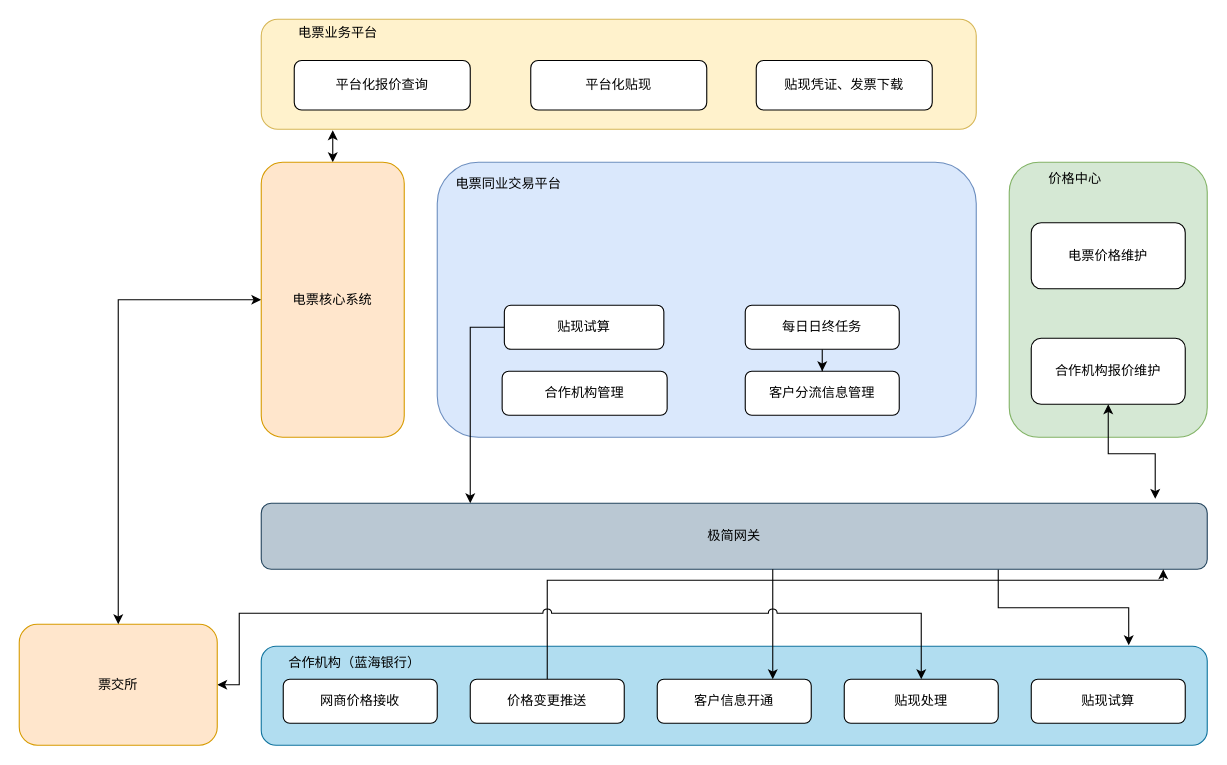
Earlier version of the draw.io diagram 电票平台化.drawio (windlively/draw.io). Source tidied: cells renumbered, new cells numbered last; positions are measured from the earlier drawing's top-left corner, leaving out a move shared by most shapes. Both pictures are drawn from the tidied source at 110%, with x=0, y=0 at pixel (19, 19).
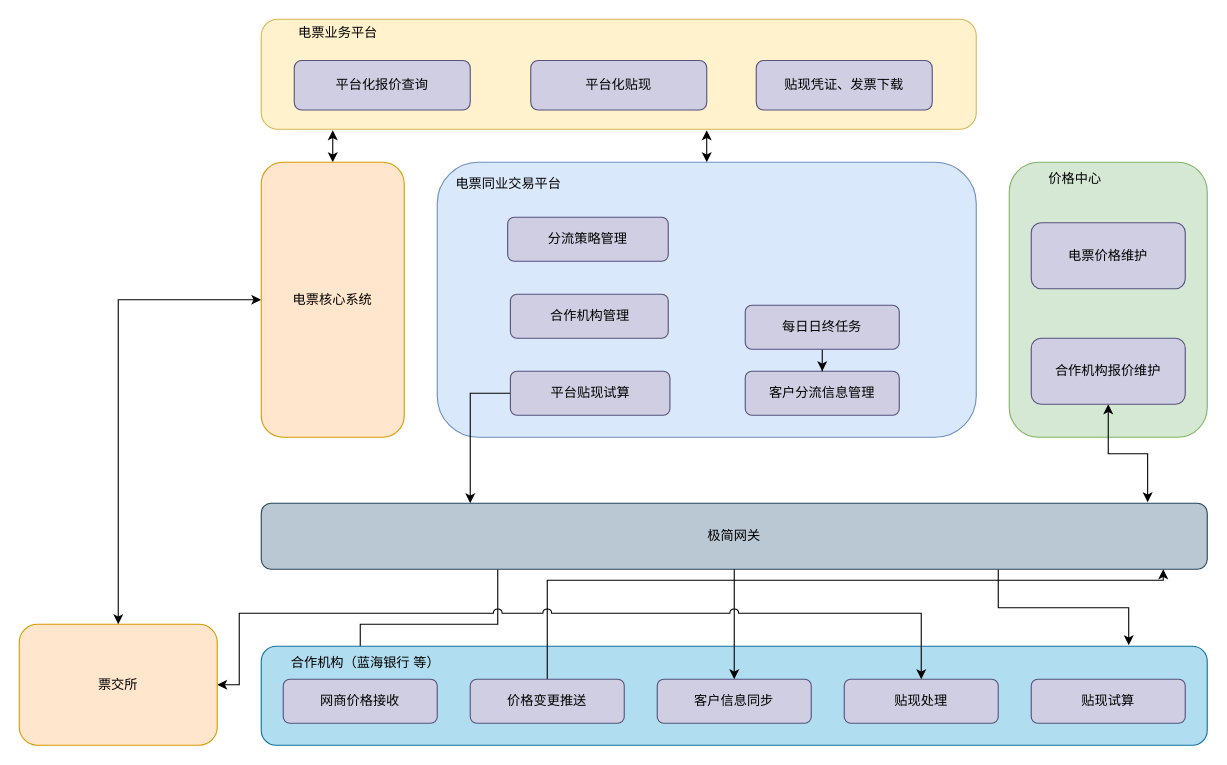
The same diagram, later.

Commit message:
更新电票平台化.drawio

Unchanged cells that the change refers to:
```xml
<mxCell id="2" style="rounded=1;whiteSpace=wrap;html=1;fillColor=#fff2cc;strokeColor=#d6b656;" parent="1" vertex="1">
  <mxGeometry x="220" width="650" height="100" as="geometry" />
</mxCell>
<mxCell id="6" style="rounded=1;whiteSpace=wrap;html=1;fillColor=#dae8fc;strokeColor=#6c8ebf;" parent="1" vertex="1">
  <mxGeometry x="380" y="130" width="490" height="250" as="geometry" />
</mxCell>
<mxCell id="15" value="极简网关" style="rounded=1;whiteSpace=wrap;html=1;fillColor=#bac8d3;strokeColor=#23445d;" parent="1" vertex="1">
  <mxGeometry x="220" y="440" width="860" height="60" as="geometry" />
</mxCell>
```

The edit, as a diff of the source:
```diff
@@
+    <mxCell id="36" style="edgeStyle=orthogonalEdgeStyle;rounded=0;jumpStyle=arc;jumpSize=8;jettySize=auto;html=1;startArrow=classic;startFill=1;endArrow=classic;endFill=1;strokeColor=#000000;entryX=0.5;entryY=0;entryDx=0;entryDy=0;exitX=0.623;exitY=1.01;exitDx=0;exitDy=0;exitPerimeter=0;" parent="1" edge="1" source="2" target="6">
+      <mxGeometry relative="1" as="geometry" />
+    </mxCell>
@@
-    <mxCell id="4" value="平台化报价查询" style="rounded=1;whiteSpace=wrap;html=1;" parent="1" vertex="1">
+    <mxCell id="4" value="平台化报价查询" style="rounded=1;whiteSpace=wrap;html=1;fillColor=#d0cee2;strokeColor=#56517e;" parent="1" vertex="1">
       <mxGeometry x="250" y="37.5" width="160" height="45" as="geometry" />
     </mxCell>
-    <mxCell id="5" value="平台化贴现" style="rounded=1;whiteSpace=wrap;html=1;" parent="1" vertex="1">
+    <mxCell id="5" value="平台化贴现" style="rounded=1;whiteSpace=wrap;html=1;fillColor=#d0cee2;strokeColor=#56517e;" parent="1" vertex="1">
       <mxGeometry x="465" y="37.5" width="160" height="45" as="geometry" />
     </mxCell>
@@
-    <mxCell id="8" value="合作机构管理" style="rounded=1;whiteSpace=wrap;html=1;" parent="1" vertex="1">
-      <mxGeometry x="439" y="320" width="150" height="40" as="geometry" />
+    <mxCell id="8" value="合作机构管理" style="rounded=1;whiteSpace=wrap;html=1;fillColor=#d0cee2;strokeColor=#56517e;" parent="1" vertex="1">
+      <mxGeometry x="446.5" y="250" width="143.5" height="40" as="geometry" />
     </mxCell>
-    <mxCell id="9" value="客户分流信息管理" style="rounded=1;whiteSpace=wrap;html=1;" parent="1" vertex="1">
+    <mxCell id="9" value="客户分流信息管理" style="rounded=1;whiteSpace=wrap;html=1;fillColor=#d0cee2;strokeColor=#56517e;" parent="1" vertex="1">
       <mxGeometry x="660" y="320" width="140" height="40" as="geometry" />
     </mxCell>
-    <mxCell id="10" value="贴现凭证、发票下载" style="rounded=1;whiteSpace=wrap;html=1;" parent="1" vertex="1">
+    <mxCell id="10" value="贴现凭证、发票下载" style="rounded=1;whiteSpace=wrap;html=1;fillColor=#d0cee2;strokeColor=#56517e;" parent="1" vertex="1">
       <mxGeometry x="670" y="37.5" width="160" height="45" as="geometry" />
     </mxCell>
@@
-    <mxCell id="12" value="每日日终任务" style="rounded=1;whiteSpace=wrap;html=1;" parent="1" vertex="1">
+    <mxCell id="12" value="每日日终任务" style="rounded=1;whiteSpace=wrap;html=1;fillColor=#d0cee2;strokeColor=#56517e;" parent="1" vertex="1">
       <mxGeometry x="660" y="260" width="140" height="40" as="geometry" />
     </mxCell>
-    <mxCell id="13" style="edgeStyle=orthogonalEdgeStyle;rounded=0;jettySize=auto;html=1;exitX=0.945;exitY=-0.067;exitDx=0;exitDy=0;entryX=0.5;entryY=1;entryDx=0;entryDy=0;exitPerimeter=0;startArrow=classic;startFill=1;" parent="1" edge="1" source="15" target="21">
+    <mxCell id="13" style="edgeStyle=orthogonalEdgeStyle;rounded=0;jettySize=auto;html=1;exitX=0.937;exitY=-0.017;exitDx=0;exitDy=0;entryX=0.5;entryY=1;entryDx=0;entryDy=0;exitPerimeter=0;startArrow=classic;startFill=1;" parent="1" edge="1" source="15" target="21">
       <mxGeometry relative="1" as="geometry" />
     </mxCell>
@@
+    <mxCell id="37" style="edgeStyle=orthogonalEdgeStyle;rounded=0;jumpStyle=arc;jumpSize=8;jettySize=auto;html=1;startArrow=none;startFill=0;endArrow=classic;endFill=1;strokeColor=#000000;exitX=0.25;exitY=1;exitDx=0;exitDy=0;" parent="1" edge="1" source="15" target="23">
+      <mxGeometry relative="1" as="geometry" />
+    </mxCell>
@@
     <mxCell id="18" style="edgeStyle=orthogonalEdgeStyle;rounded=0;jumpStyle=arc;jumpSize=8;jettySize=auto;html=1;startArrow=none;startFill=0;endArrow=classic;endFill=1;strokeColor=#000000;exitX=0;exitY=0.5;exitDx=0;exitDy=0;" parent="1" edge="1" source="19">
       <mxGeometry relative="1" as="geometry">
         <mxPoint x="410" y="440" as="targetPoint" />
         <Array as="points">
-          <mxPoint x="410" y="280" />
+          <mxPoint x="410" y="340" />
         </Array>
       </mxGeometry>
     </mxCell>
-    <mxCell id="19" value="贴现试算" style="rounded=1;whiteSpace=wrap;html=1;" parent="1" vertex="1">
-      <mxGeometry x="441" y="260" width="145" height="40" as="geometry" />
+    <mxCell id="19" value="平台贴现试算" style="rounded=1;whiteSpace=wrap;html=1;fillColor=#d0cee2;strokeColor=#56517e;" parent="1" vertex="1">
+      <mxGeometry x="446.5" y="320" width="145" height="40" as="geometry" />
     </mxCell>
-    <mxCell id="20" value="电票价格维护" style="rounded=1;whiteSpace=wrap;html=1;" parent="1" vertex="1">
+    <mxCell id="20" value="电票价格维护" style="rounded=1;whiteSpace=wrap;html=1;fillColor=#d0cee2;strokeColor=#56517e;" parent="1" vertex="1">
       <mxGeometry x="920" y="185" width="140" height="60" as="geometry" />
     </mxCell>
-    <mxCell id="21" value="合作机构报价维护" style="rounded=1;whiteSpace=wrap;html=1;" parent="1" vertex="1">
+    <mxCell id="21" value="合作机构报价维护" style="rounded=1;whiteSpace=wrap;html=1;fillColor=#d0cee2;strokeColor=#56517e;" parent="1" vertex="1">
       <mxGeometry x="920" y="290" width="140" height="60" as="geometry" />
     </mxCell>
-    <mxCell id="22" value="合作机构（蓝海银行）" style="text;html=1;strokeColor=none;fillColor=none;align=center;verticalAlign=middle;whiteSpace=wrap;rounded=0;" parent="1" vertex="1">
-      <mxGeometry x="240" y="580" width="130" height="10" as="geometry" />
+    <mxCell id="22" value="合作机构（蓝海银行 等）" style="text;html=1;strokeColor=none;fillColor=none;align=center;verticalAlign=middle;whiteSpace=wrap;rounded=0;" parent="1" vertex="1">
+      <mxGeometry x="240" y="580" width="150" height="10" as="geometry" />
     </mxCell>
-    <mxCell id="23" value="网商价格接收" style="rounded=1;whiteSpace=wrap;html=1;" parent="1" vertex="1">
+    <mxCell id="23" value="网商价格接收" style="rounded=1;whiteSpace=wrap;html=1;fillColor=#d0cee2;strokeColor=#56517e;" parent="1" vertex="1">
       <mxGeometry x="240" y="600" width="140" height="40" as="geometry" />
     </mxCell>
@@
-    <mxCell id="25" value="价格变更推送" style="rounded=1;whiteSpace=wrap;html=1;" parent="1" vertex="1">
+    <mxCell id="25" value="价格变更推送" style="rounded=1;whiteSpace=wrap;html=1;fillColor=#d0cee2;strokeColor=#56517e;" parent="1" vertex="1">
       <mxGeometry x="410" y="600" width="140" height="40" as="geometry" />
     </mxCell>
-    <mxCell id="26" value="客户信息开通" style="rounded=1;whiteSpace=wrap;html=1;" parent="1" vertex="1">
+    <mxCell id="26" value="客户信息同步" style="rounded=1;whiteSpace=wrap;html=1;fillColor=#d0cee2;strokeColor=#56517e;" parent="1" vertex="1">
       <mxGeometry x="580" y="600" width="140" height="40" as="geometry" />
     </mxCell>
-    <mxCell id="27" value="贴现处理" style="rounded=1;whiteSpace=wrap;html=1;" parent="1" vertex="1">
+    <mxCell id="27" value="贴现处理" style="rounded=1;whiteSpace=wrap;html=1;fillColor=#d0cee2;strokeColor=#56517e;" parent="1" vertex="1">
       <mxGeometry x="750" y="600" width="140" height="40" as="geometry" />
     </mxCell>
-    <mxCell id="28" value="贴现试算" style="rounded=1;whiteSpace=wrap;html=1;" parent="1" vertex="1">
+    <mxCell id="28" value="贴现试算" style="rounded=1;whiteSpace=wrap;html=1;fillColor=#d0cee2;strokeColor=#56517e;" parent="1" vertex="1">
       <mxGeometry x="920" y="600" width="140" height="40" as="geometry" />
     </mxCell>
-    <mxCell id="29" style="edgeStyle=orthogonalEdgeStyle;rounded=0;jettySize=auto;html=1;entryX=0.75;entryY=0;entryDx=0;entryDy=0;" parent="1" edge="1" source="15" target="26">
+    <mxCell id="29" style="edgeStyle=orthogonalEdgeStyle;rounded=0;jettySize=auto;html=1;entryX=0.5;entryY=0;entryDx=0;entryDy=0;exitX=0.5;exitY=1;exitDx=0;exitDy=0;" parent="1" edge="1" source="15" target="26">
       <mxGeometry relative="1" as="geometry">
         <Array as="points">
-          <mxPoint x="685" y="530" />
-          <mxPoint x="685" y="530" />
+          <mxPoint x="650" y="550" />
+          <mxPoint x="650" y="550" />
         </Array>
       </mxGeometry>
     </mxCell>
@@
+    <mxCell id="38" value="分流策略管理" style="rounded=1;whiteSpace=wrap;html=1;fillColor=#d0cee2;strokeColor=#56517e;" parent="1" vertex="1">
+      <mxGeometry x="444" y="180" width="146" height="40" as="geometry" />
+    </mxCell>
```
